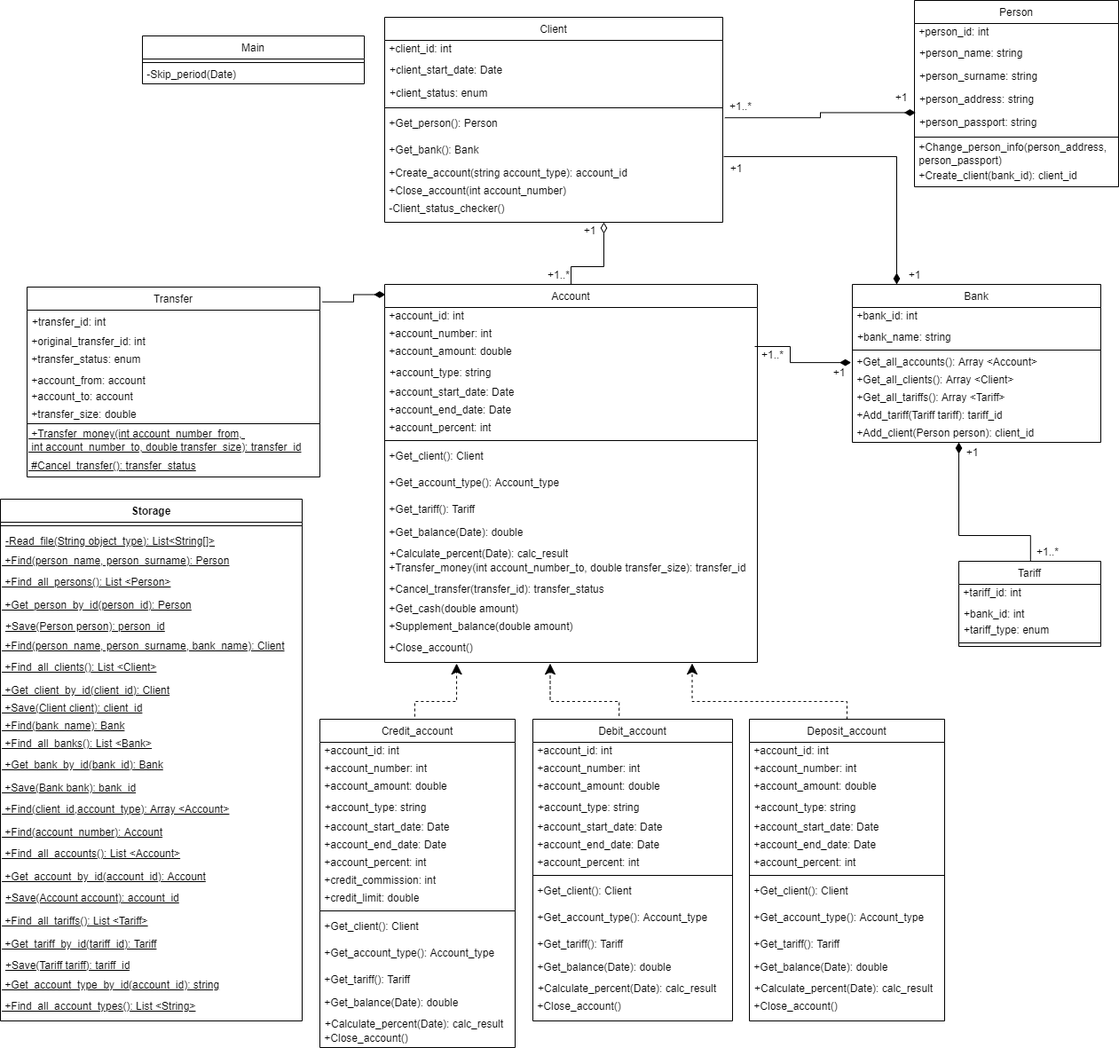
Earlier version of the draw.io export Banking diagram.png (Tanitum/Banking-system). Source tidied: cells renumbered, new cells last; positions are measured from the earlier drawing's top-left corner, leaving out a move shared by most shapes.
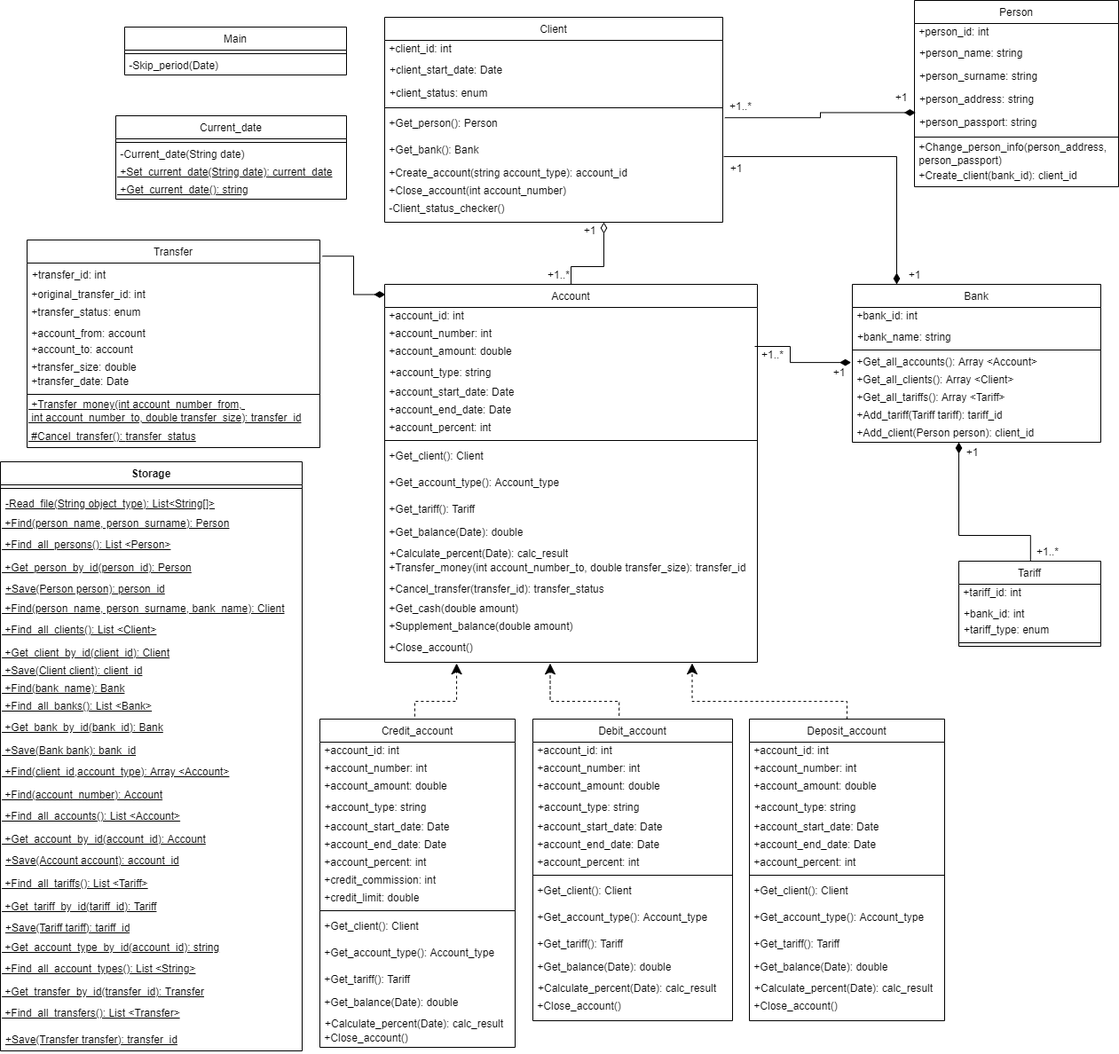
Later version of the same file.

Change to the diagram source:
```diff
@@ -219,7 +219,7 @@
       <mxGeometry y="88" width="160" height="8" as="geometry" />
     </mxCell>
     <mxCell id="65" value="Main" style="swimlane;fontStyle=0;align=center;verticalAlign=top;horizontal=1;startSize=26;" parent="1" vertex="1">
-      <mxGeometry x="160" y="40" width="250" height="54" as="geometry" />
+      <mxGeometry x="140" y="30" width="250" height="54" as="geometry" />
     </mxCell>
     <mxCell id="66" style="line;strokeWidth=1;fillColor=none;align=left;verticalAlign=middle;spacingTop=-1;spacingLeft=3;spacingRight=3;labelPosition=right;" parent="65" vertex="1">
       <mxGeometry y="26" width="250" height="8" as="geometry" />
@@ -418,7 +418,7 @@
       <mxGeometry x="814" y="110" width="40" height="20" as="geometry" />
     </mxCell>
     <mxCell id="122" value="Transfer" style="swimlane;fontStyle=0;align=center;verticalAlign=top;horizontal=1;startSize=26;" parent="1" vertex="1">
-      <mxGeometry x="30" y="323" width="330" height="214" as="geometry" />
+      <mxGeometry x="30" y="270" width="330" height="234" as="geometry" />
     </mxCell>
     <mxCell id="123" value="+transfer_id: int" style="text;strokeColor=none;fillColor=none;align=left;verticalAlign=top;spacingLeft=4;spacingRight=4;overflow=hidden;" parent="122" vertex="1">
       <mxGeometry y="26" width="330" height="26" as="geometry" />
@@ -438,17 +438,20 @@
     <mxCell id="128" value="&lt;span style=&quot;color: rgb(0 , 0 , 0) ; font-family: &amp;#34;helvetica&amp;#34; ; font-size: 12px ; font-style: normal ; font-weight: 400 ; letter-spacing: normal ; text-align: left ; text-indent: 0px ; text-transform: none ; word-spacing: 0px ; display: inline ; float: none&quot;&gt;&amp;nbsp;+transfer_size:&amp;nbsp;&lt;/span&gt;&lt;span&gt;double&lt;/span&gt;" style="text;whiteSpace=wrap;html=1;" parent="122" vertex="1">
       <mxGeometry y="130" width="330" height="20" as="geometry" />
     </mxCell>
+    <mxCell id="158" value="&lt;span&gt;&amp;nbsp;+transfer_date: Date&lt;/span&gt;" style="text;html=1;align=left;verticalAlign=middle;strokeColor=none;fillColor=none;" parent="122" vertex="1">
+      <mxGeometry y="150" width="330" height="20" as="geometry" />
+    </mxCell>
     <mxCell id="129" style="line;strokeWidth=1;fillColor=none;align=left;verticalAlign=middle;spacingTop=-1;spacingLeft=3;spacingRight=3;labelPosition=right;" parent="122" vertex="1">
-      <mxGeometry y="150" width="330" height="8" as="geometry" />
+      <mxGeometry y="170" width="330" height="8" as="geometry" />
     </mxCell>
     <mxCell id="130" value="&amp;nbsp;+Transfer_money(int&amp;nbsp;account_number_from, &lt;br&gt;&amp;nbsp;int&amp;nbsp;account_number_to, double&amp;nbsp;&lt;span style=&quot;font-family: &amp;quot;helvetica&amp;quot;&quot;&gt;transfer_size&lt;/span&gt;): transfer_id" style="text;html=1;align=left;verticalAlign=middle;strokeColor=none;fillColor=none;fontStyle=4;" parent="122" vertex="1">
-      <mxGeometry y="158" width="330" height="30" as="geometry" />
+      <mxGeometry y="178" width="330" height="30" as="geometry" />
     </mxCell>
     <mxCell id="131" value="&lt;span style=&quot;color: rgb(0 , 0 , 0) ; font-family: &amp;quot;helvetica&amp;quot; ; font-size: 12px ; font-style: normal ; font-weight: 400 ; letter-spacing: normal ; text-align: left ; text-indent: 0px ; text-transform: none ; word-spacing: 0px ; display: inline ; float: none&quot;&gt;&amp;nbsp;#Cancel_transfer():&amp;nbsp;&lt;span style=&quot;font-family: &amp;quot;helvetica&amp;quot;&quot;&gt;transfer_status&lt;/span&gt;&lt;/span&gt;" style="text;whiteSpace=wrap;html=1;fontStyle=4;" parent="122" vertex="1">
-      <mxGeometry y="188" width="330" height="26" as="geometry" />
+      <mxGeometry y="208" width="330" height="26" as="geometry" />
     </mxCell>
     <mxCell id="132" value="Storage" style="swimlane;fontStyle=1;align=center;verticalAlign=top;horizontal=1;startSize=26;" parent="1" vertex="1">
-      <mxGeometry y="562" width="340" height="588" as="geometry" />
+      <mxGeometry y="520" width="340" height="664" as="geometry" />
     </mxCell>
     <mxCell id="133" style="line;strokeWidth=1;fillColor=none;align=left;verticalAlign=middle;spacingTop=-1;spacingLeft=3;spacingRight=3;labelPosition=right;" parent="132" vertex="1">
       <mxGeometry y="26" width="340" height="8" as="geometry" />
@@ -522,8 +525,32 @@
     <mxCell id="156" value="&lt;span style=&quot;color: rgb(0, 0, 0); font-family: helvetica; font-size: 12px; font-style: normal; font-weight: 400; letter-spacing: normal; text-align: left; text-indent: 0px; text-transform: none; word-spacing: 0px; text-decoration: underline; display: inline; float: none;&quot;&gt;&amp;nbsp;+Find_all_account_types(): List &amp;lt;String&amp;gt;&lt;/span&gt;" style="text;whiteSpace=wrap;html=1;fontColor=default;labelBackgroundColor=none;" parent="132" vertex="1">
       <mxGeometry y="558" width="340" height="30" as="geometry" />
     </mxCell>
+    <mxCell id="159" value="&amp;nbsp;+Get_transfer_by_id(transfer_id): Transfer" style="text;html=1;align=left;verticalAlign=middle;strokeColor=none;fillColor=none;fontStyle=4;" parent="132" vertex="1">
+      <mxGeometry y="588" width="340" height="20" as="geometry" />
+    </mxCell>
+    <mxCell id="160" value="&lt;span style=&quot;color: rgb(0 , 0 , 0) ; font-family: &amp;#34;helvetica&amp;#34; ; font-size: 12px ; font-style: normal ; font-weight: 400 ; letter-spacing: normal ; text-align: left ; text-indent: 0px ; text-transform: none ; word-spacing: 0px ; display: inline ; float: none&quot;&gt;&amp;nbsp;+Find_all_transfers(): List &amp;lt;Transfer&amp;gt;&lt;/span&gt;" style="text;whiteSpace=wrap;html=1;fontStyle=4;" parent="132" vertex="1">
+      <mxGeometry y="608" width="340" height="30" as="geometry" />
+    </mxCell>
+    <mxCell id="161" value="+Save(Transfer transfer): transfer_id" style="text;strokeColor=none;fillColor=none;align=left;verticalAlign=top;spacingLeft=4;spacingRight=4;overflow=hidden;fontStyle=4;html=1;" parent="132" vertex="1">
+      <mxGeometry y="638" width="340" height="26" as="geometry" />
+    </mxCell>
     <mxCell id="157" style="edgeStyle=elbowEdgeStyle;elbow=horizontal;endArrow=diamondThin;html=1;rounded=0;exitX=1.009;exitY=0.078;exitDx=0;exitDy=0;exitPerimeter=0;entryX=0.002;entryY=0.027;entryDx=0;entryDy=0;entryPerimeter=0;endFill=1;endSize=10;" parent="1" edge="1" source="122" target="12">
       <mxGeometry relative="1" as="geometry" />
     </mxCell>
+    <mxCell id="162" value="Current_date" style="swimlane;fontStyle=0;align=center;verticalAlign=top;horizontal=1;startSize=26;" parent="1" vertex="1">
+      <mxGeometry x="130" y="130" width="260" height="94" as="geometry" />
+    </mxCell>
+    <mxCell id="163" style="line;strokeWidth=1;fillColor=none;align=left;verticalAlign=middle;spacingTop=-1;spacingLeft=3;spacingRight=3;labelPosition=right;" parent="162" vertex="1">
+      <mxGeometry y="26" width="260" height="8" as="geometry" />
+    </mxCell>
+    <mxCell id="164" value="&amp;nbsp;-Current_date(String date)" style="text;html=1;align=left;verticalAlign=middle;strokeColor=none;fillColor=none;" parent="162" vertex="1">
+      <mxGeometry y="34" width="260" height="20" as="geometry" />
+    </mxCell>
+    <mxCell id="165" value="&amp;nbsp;+Set_current_date(String date): current_date" style="text;html=1;align=left;verticalAlign=middle;strokeColor=none;fillColor=none;fontStyle=4;" parent="162" vertex="1">
+      <mxGeometry y="54" width="260" height="20" as="geometry" />
+    </mxCell>
+    <mxCell id="166" value="&amp;nbsp;+Get_current_date(): string" style="text;html=1;align=left;verticalAlign=middle;strokeColor=none;fillColor=none;fontStyle=4;" parent="162" vertex="1">
+      <mxGeometry y="74" width="260" height="20" as="geometry" />
+    </mxCell>
   </root>
 </mxGraphModel>
```
